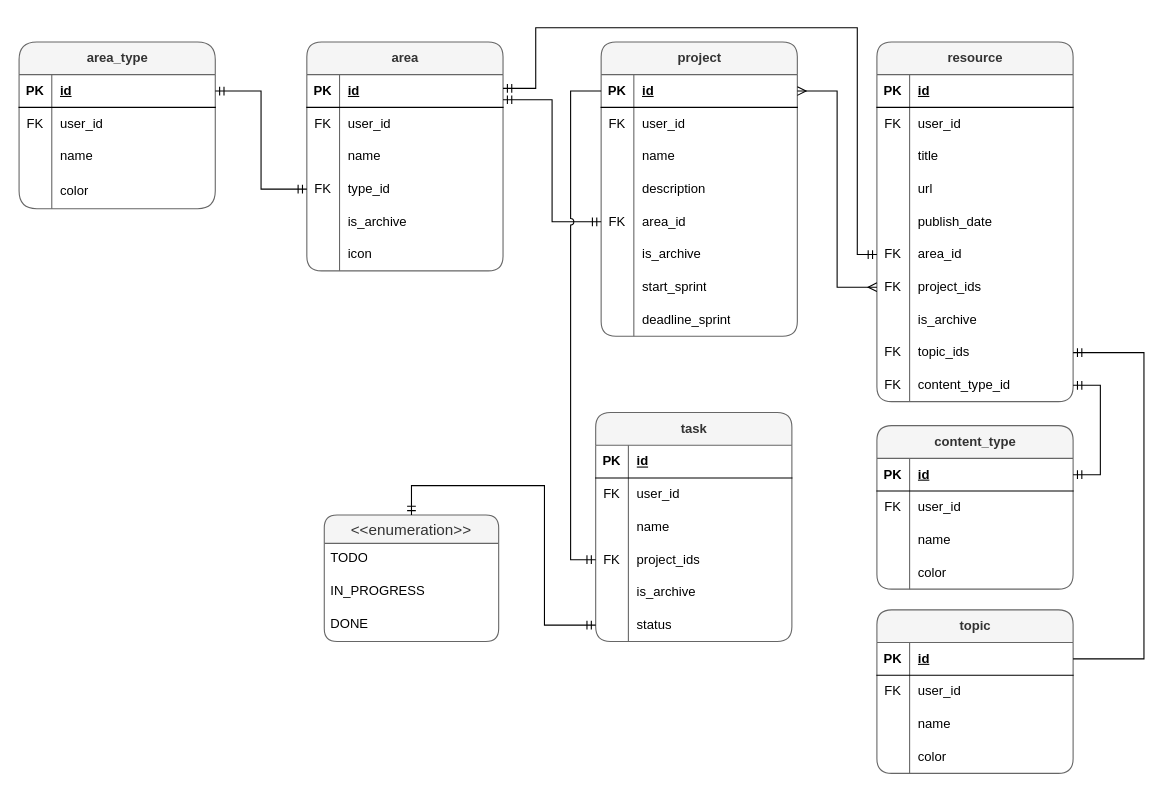
Above: Setala-App.drawio in yogiprsetya/app.diagrams.net (draw.io), before the change. Source tidied: cells renumbered, new cells numbered last; positions are measured from the earlier drawing's top-left corner, leaving out a move shared by most shapes. Both pictures are drawn from the tidied source at 109%, with x=0, y=0 at pixel (19, 27).
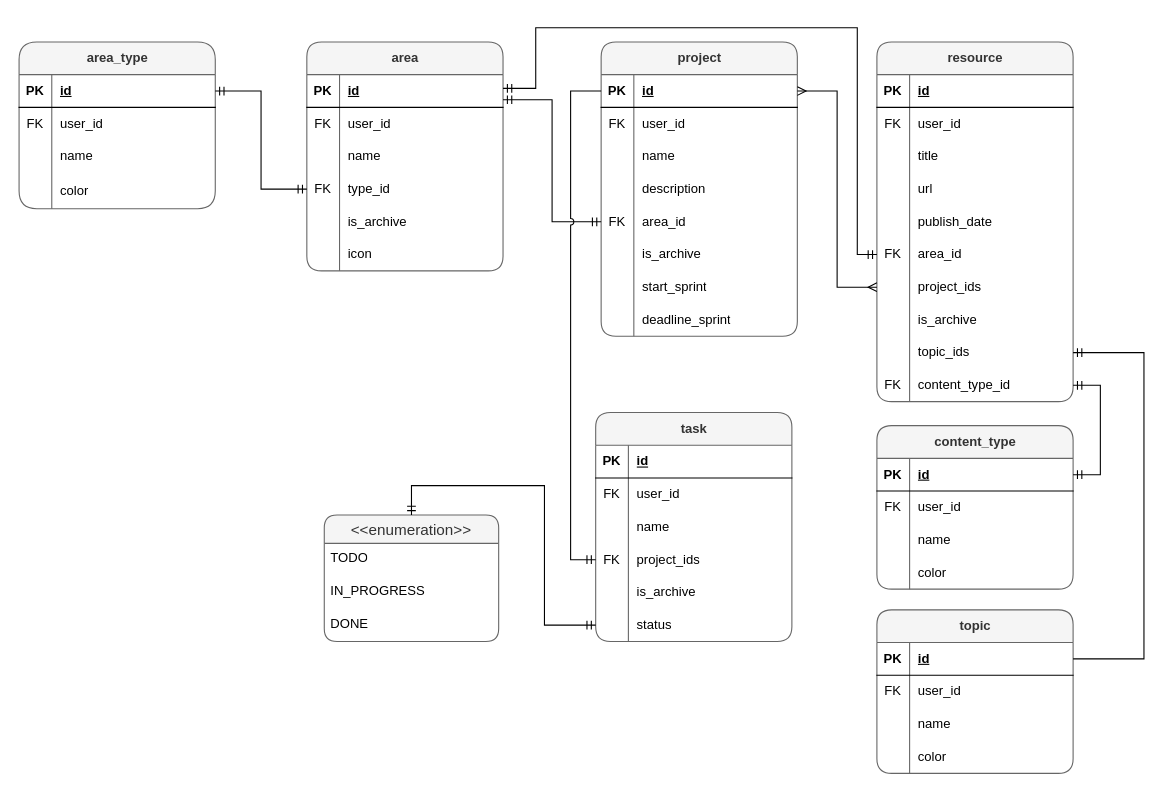
Above is the later version.

The change refers to these unchanged cells:
```xml
<mxCell id="80" style="shape=tableRow;horizontal=0;startSize=0;swimlaneHead=0;swimlaneBody=0;fillColor=none;points=[[0,0.5],[1,0.5]];portConstraint=eastwest;top=0;left=0;right=0;bottom=0;" parent="61" vertex="1">
  <mxGeometry y="210" width="180" height="30" as="geometry" />
</mxCell>
<mxCell id="86" style="shape=tableRow;horizontal=0;startSize=0;swimlaneHead=0;swimlaneBody=0;fillColor=none;points=[[0,0.5],[1,0.5]];portConstraint=eastwest;top=0;left=0;right=0;bottom=0;" parent="61" vertex="1">
  <mxGeometry y="270" width="180" height="30" as="geometry" />
</mxCell>
```

The edit, as a diff of the source:
```diff
@@
-    <mxCell id="81" value="FK" style="shape=partialRectangle;fillColor=none;top=0;left=0;bottom=0;right=0;overflow=hidden;whiteSpace=wrap;html=1;" parent="80" vertex="1">
+    <mxCell id="81" style="shape=partialRectangle;fillColor=none;top=0;left=0;bottom=0;right=0;overflow=hidden;whiteSpace=wrap;html=1;" parent="80" vertex="1">
       <mxGeometry width="30" height="30" as="geometry" />
     </mxCell>
@@
-    <mxCell id="87" value="FK" style="shape=partialRectangle;fillColor=none;top=0;left=0;bottom=0;right=0;overflow=hidden;whiteSpace=wrap;html=1;" parent="86" vertex="1">
+    <mxCell id="87" style="shape=partialRectangle;fillColor=none;top=0;left=0;bottom=0;right=0;overflow=hidden;whiteSpace=wrap;html=1;" parent="86" vertex="1">
       <mxGeometry width="30" height="30" as="geometry" />
     </mxCell>
```
